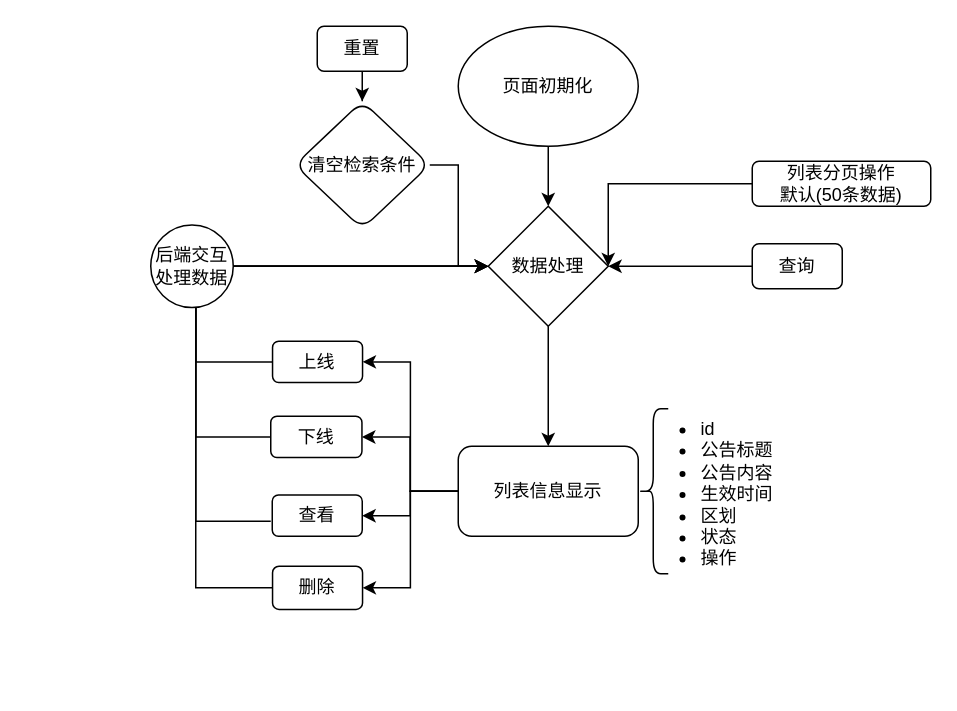
Before: page "公示公告" (2 of 3) of Untitled Diagram.drawio in webgaochao/bidianwm, a draw.io diagram. Source tidied: cells renumbered, new cells numbered last; positions are measured from the earlier drawing's top-left corner, leaving out a move shared by most shapes. Both pictures are drawn from the tidied source at 150%, with x=0, y=0 at pixel (150, 26).
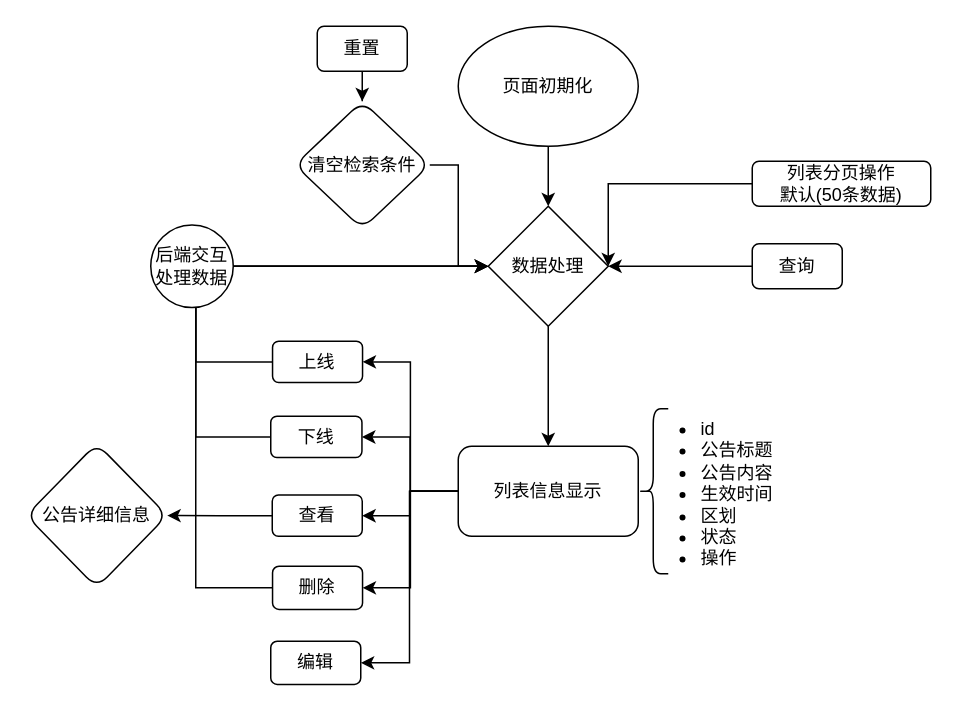
Above is the later version.

The change refers to these unchanged cells:
```xml
<mxCell id="8" value="列表信息显示" style="rounded=1;whiteSpace=wrap;html=1;" parent="1" vertex="1">
  <mxGeometry x="205" y="280" width="120" height="60" as="geometry" />
</mxCell>
<mxCell id="10" value="数据处理" style="rhombus;whiteSpace=wrap;html=1;" parent="1" vertex="1">
  <mxGeometry x="225" y="120" width="80" height="80" as="geometry" />
</mxCell>
<mxCell id="18" value="列表分页操作&lt;br&gt;默认(50条数据)" style="rounded=1;whiteSpace=wrap;html=1;" parent="1" vertex="1">
  <mxGeometry x="401" y="90" width="119" height="30" as="geometry" />
</mxCell>
<mxCell id="22" value="查看" style="whiteSpace=wrap;html=1;rounded=1;" parent="1" vertex="1">
  <mxGeometry x="81" y="312.5" width="60" height="27.5" as="geometry" />
</mxCell>
```

What changed in the source:
```diff
@@
-    <mxCell id="19" style="edgeStyle=segmentEdgeStyle;endArrow=classic;html=1;rounded=0;exitX=0;exitY=0.5;exitDx=0;exitDy=0;entryX=1;entryY=0.5;entryDx=0;entryDy=0;" parent="1" edge="1" source="18" target="10">
-      <mxGeometry relative="1" as="geometry" />
+    <mxCell id="19" style="edgeStyle=segmentEdgeStyle;endArrow=classic;html=1;rounded=0;exitX=0;exitY=0.5;exitDx=0;exitDy=0;entryX=1;entryY=0.5;entryDx=0;entryDy=0;" parent="1" edge="1" target="10">
+      <mxGeometry relative="1" as="geometry">
+        <mxPoint x="401" y="105" as="sourcePoint" />
+      </mxGeometry>
     </mxCell>
@@
+    <mxCell id="31" style="edgeStyle=orthogonalEdgeStyle;rounded=0;jettySize=auto;html=1;" parent="1" edge="1" source="22" target="32">
+      <mxGeometry relative="1" as="geometry" />
+    </mxCell>
@@
-    <mxCell id="27" style="edgeStyle=elbowEdgeStyle;elbow=horizontal;endArrow=classic;html=1;rounded=0;entryX=0;entryY=0.5;entryDx=0;entryDy=0;" parent="1" edge="1" target="10">
-      <mxGeometry relative="1" as="geometry">
-        <mxPoint x="80" y="330" as="sourcePoint" />
-        <Array as="points">
-          <mxPoint x="30" y="250" />
-        </Array>
-      </mxGeometry>
-    </mxCell>
@@
+    <mxCell id="32" value="公告详细信息" style="rhombus;whiteSpace=wrap;html=1;rounded=1;" parent="1" vertex="1">
+      <mxGeometry x="-83" y="278.1" width="94" height="96.2" as="geometry" />
+    </mxCell>
+    <mxCell id="33" value="编辑" style="whiteSpace=wrap;html=1;rounded=1;" parent="1" vertex="1">
+      <mxGeometry x="80" y="410" width="60" height="28.8" as="geometry" />
+    </mxCell>
+    <mxCell id="34" style="edgeStyle=orthogonalEdgeStyle;rounded=0;jettySize=auto;html=1;entryX=1;entryY=0.5;entryDx=0;entryDy=0;exitX=0;exitY=0.5;exitDx=0;exitDy=0;" parent="1" edge="1" source="8" target="33">
+      <mxGeometry relative="1" as="geometry" />
+    </mxCell>
```
